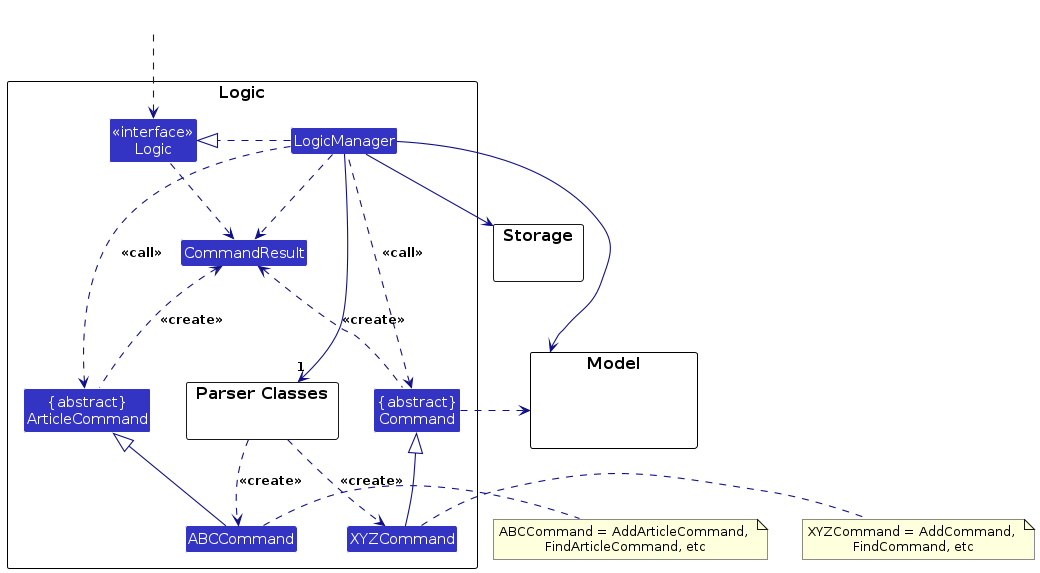
This is diagrams/LogicClassDiagram.png from bennyLCK/tp, a PlantUML export, as it was before one commit. Its source is kept beside it as diagrams/LogicClassDiagram.puml. Source of this version:
```plantuml
@startuml
!include style.puml
skinparam arrowThickness 1.1
skinparam arrowColor LOGIC_COLOR_T4
skinparam classBackgroundColor LOGIC_COLOR

package Logic as LogicPackage {

package "Parser Classes" as ParserClasses{
}
Class XYZCommand
Class ABCCommand
CLass "{abstract}\nArticleCommand" as ArticleCommand
Class CommandResult
Class "{abstract}\nCommand" as Command


Class "<<interface>>\nLogic" as Logic
Class LogicManager
}

package Model {
Class HiddenModel #FFFFFF
}

package Storage {
}

Class HiddenOutside #FFFFFF
HiddenOutside ..> Logic

LogicManager .right.|> Logic
LogicManager -right->"1" ParserClasses
ParserClasses ..> XYZCommand : <<create>>
ParserClasses ..> ABCCommand : <<create>>

XYZCommand -up-|> Command
ABCCommand -up-|> ArticleCommand
LogicManager .left.> Command : <<call>>
LogicManager .left.> ArticleCommand : <<call>>

LogicManager --> Model
LogicManager --> Storage
Storage --[hidden] Model
Command .[hidden]up.> Storage
Command .right.> Model
note right of XYZCommand: XYZCommand = AddCommand, \nFindCommand, etc
note right of ABCCommand: ABCCommand = AddArticleCommand, \nFindArticleCommand, etc

Logic ..> CommandResult
LogicManager .down.> CommandResult
Command .up.> CommandResult : <<create>>
ArticleCommand .up.> CommandResult : <<create>>
@enduml
```
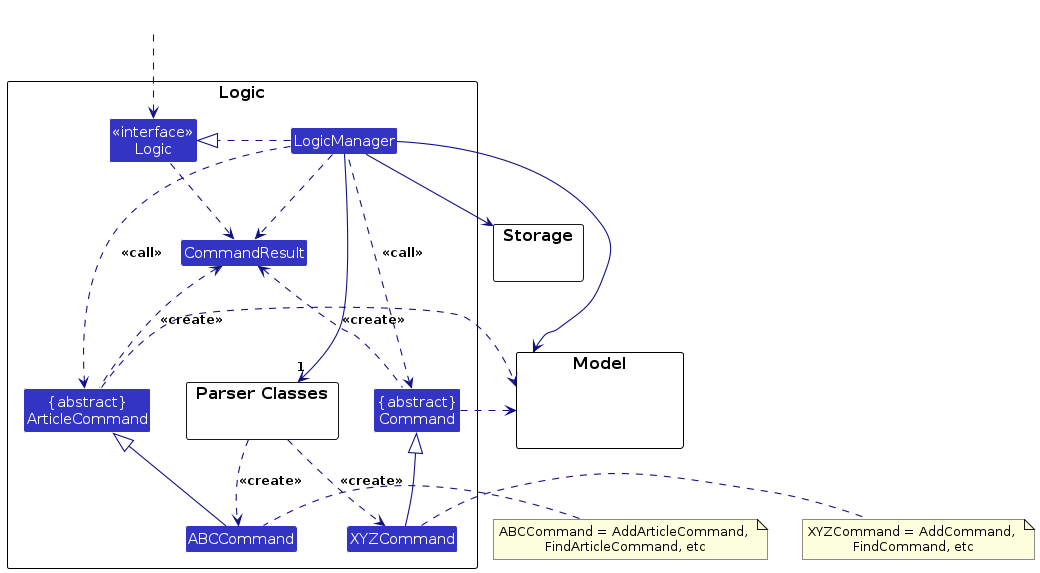
After the commit.

Change to the diagram source:
```diff
@@ -37,15 +37,17 @@
 XYZCommand -up-|> Command
 ABCCommand -up-|> ArticleCommand
 LogicManager .left.> Command : <<call>>
-LogicManager .left.> ArticleCommand : <<call>>
+LogicManager .right.> ArticleCommand : <<call>>
 
 LogicManager --> Model
 LogicManager --> Storage
 Storage --[hidden] Model
 Command .[hidden]up.> Storage
+ArticleCommand .[hidden]left.> Storage
 Command .right.> Model
+ArticleCommand .right.> Model
 note right of XYZCommand: XYZCommand = AddCommand, \nFindCommand, etc
-note right of ABCCommand: ABCCommand = AddArticleCommand, \nFindArticleCommand, etc
+note left of ABCCommand: ABCCommand = AddArticleCommand, \nFindArticleCommand, etc
 
 Logic ..> CommandResult
 LogicManager .down.> CommandResult
```
